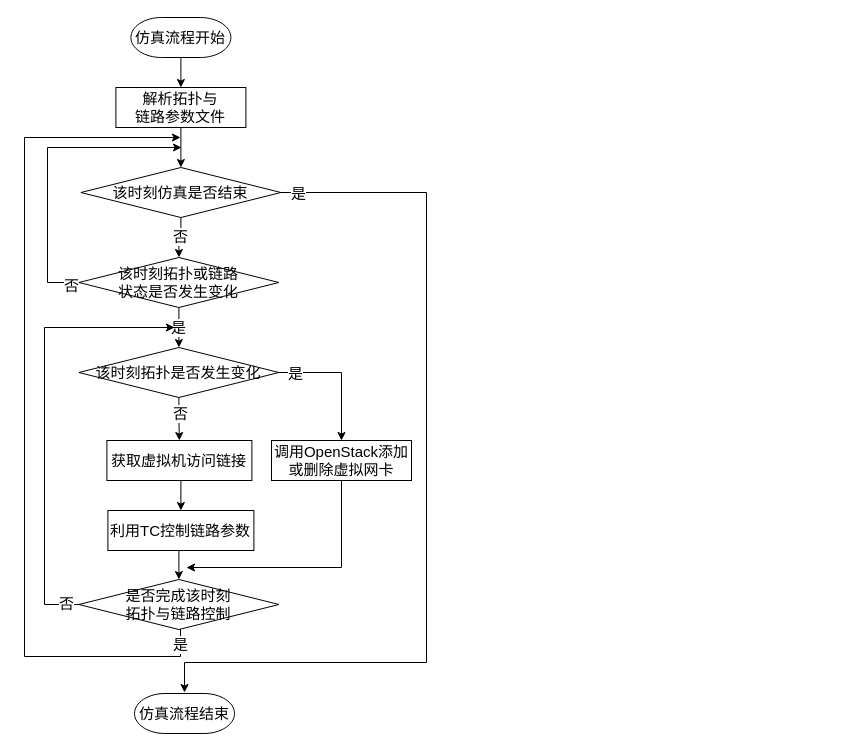
Before: page "拓扑与链路控制技术" (1 of 4) of 网络控制技术_流程图.drawio in Icarus1994/neutron_conf, a draw.io diagram. Source tidied: cells renumbered, new cells numbered last; positions are measured from the earlier drawing's top-left corner, leaving out a move shared by most shapes. Both pictures are drawn from the tidied source at 100%, with x=0, y=0 at pixel (24, 17).
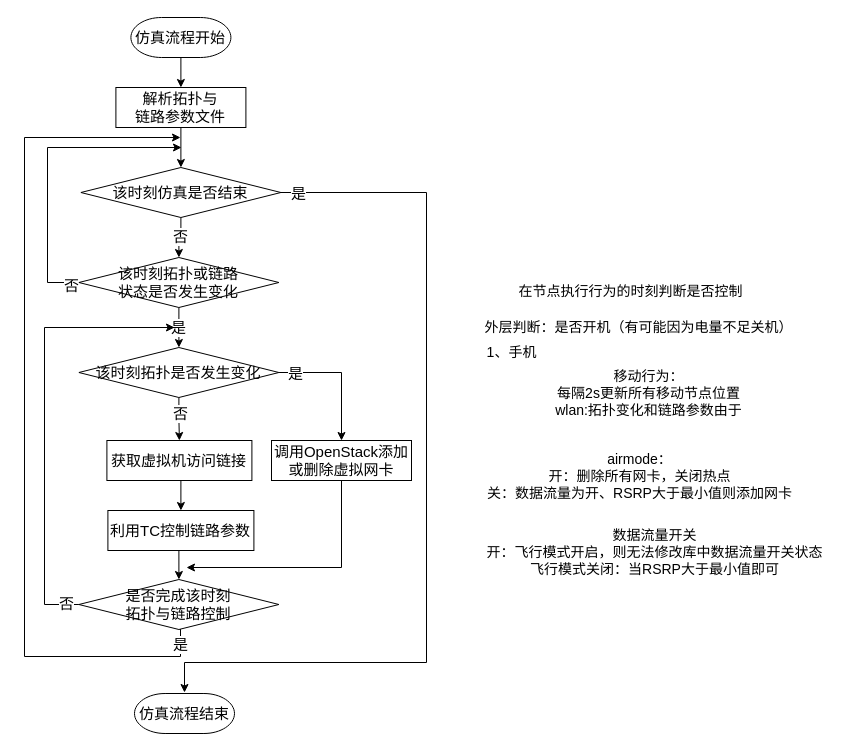
The same page after the edit.

Change to the diagram source:
```diff
@@
+    <mxCell id="32" value="在节点执行行为的时刻判断是否控制" style="text;html=1;align=center;verticalAlign=middle;fontSize=14;" parent="1" vertex="1">
+      <mxGeometry x="489" y="263" width="234" height="21" as="geometry" />
+    </mxCell>
+    <mxCell id="33" value="airmode：&lt;br&gt;开：删除所有网卡，关闭热点&lt;br&gt;关：数据流量为开、RSRP大于最小值则添加网卡&lt;br&gt;" style="text;html=1;align=center;verticalAlign=middle;fontSize=14;" parent="1" vertex="1">
+      <mxGeometry x="457" y="431" width="315" height="55" as="geometry" />
+    </mxCell>
+    <mxCell id="34" value="1、手机" style="text;html=1;align=center;verticalAlign=middle;fontSize=14;" parent="1" vertex="1">
+      <mxGeometry x="457" y="324" width="60" height="21" as="geometry" />
+    </mxCell>
+    <mxCell id="35" value="数据流量开关&lt;br&gt;开：飞行模式开启，则无法修改库中数据流量开关状态&lt;br&gt;飞行模式关闭：当RSRP大于最小值即可&lt;br&gt;" style="text;html=1;align=center;verticalAlign=middle;fontSize=14;" parent="1" vertex="1">
+      <mxGeometry x="457" y="507" width="346" height="55" as="geometry" />
+    </mxCell>
+    <mxCell id="36" value="外层判断：是否开机（有可能因为电量不足关机）" style="text;html=1;align=center;verticalAlign=middle;fontSize=14;" parent="1" vertex="1">
+      <mxGeometry x="455" y="299" width="318" height="21" as="geometry" />
+    </mxCell>
+    <mxCell id="37" value="移动行为：&lt;br&gt;每隔2s更新所有移动节点位置&lt;br&gt;wlan:拓扑变化和链路参数由于" style="text;html=1;align=center;verticalAlign=middle;fontSize=14;" parent="1" vertex="1">
+      <mxGeometry x="525" y="348" width="197" height="55" as="geometry" />
+    </mxCell>
```
